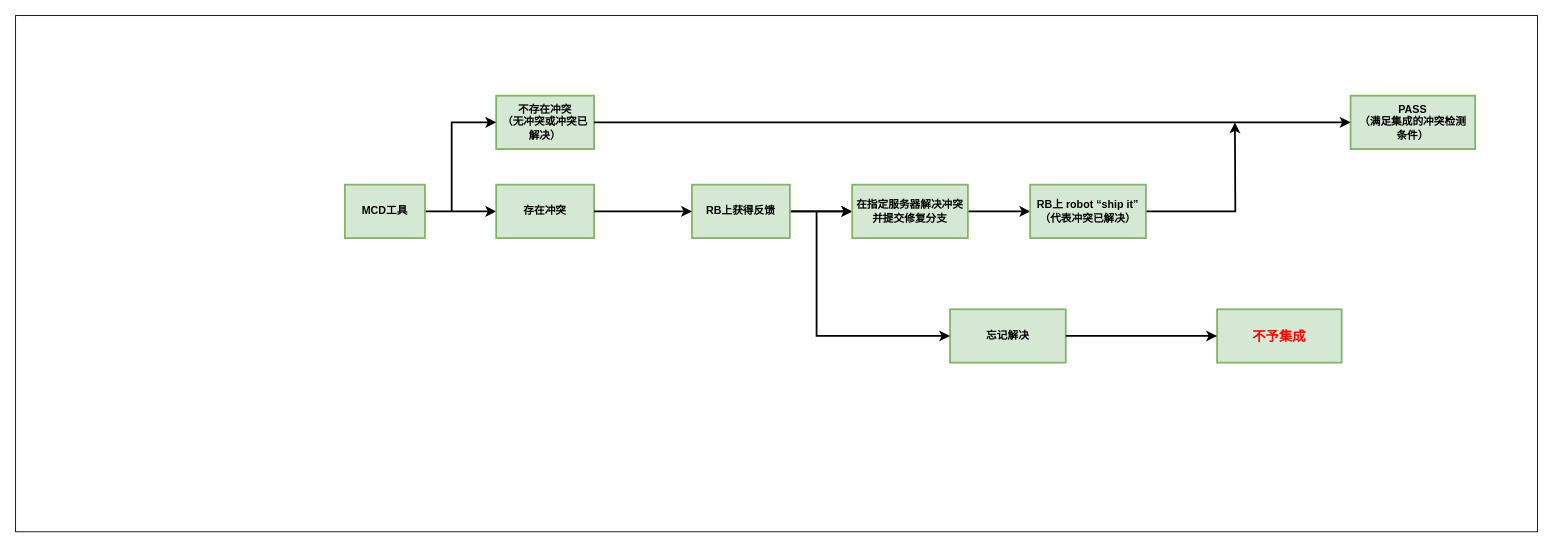
YingSi163/Effy keeps this draw.io diagram as ConflictStra.drawio. Above is the earlier version. Source tidied: cells renumbered, new cells numbered last; positions are measured from the earlier drawing's top-left corner, leaving out a move shared by most shapes. Both pictures are drawn from the tidied source at 89%, with x=0, y=0 at pixel (15, 15).
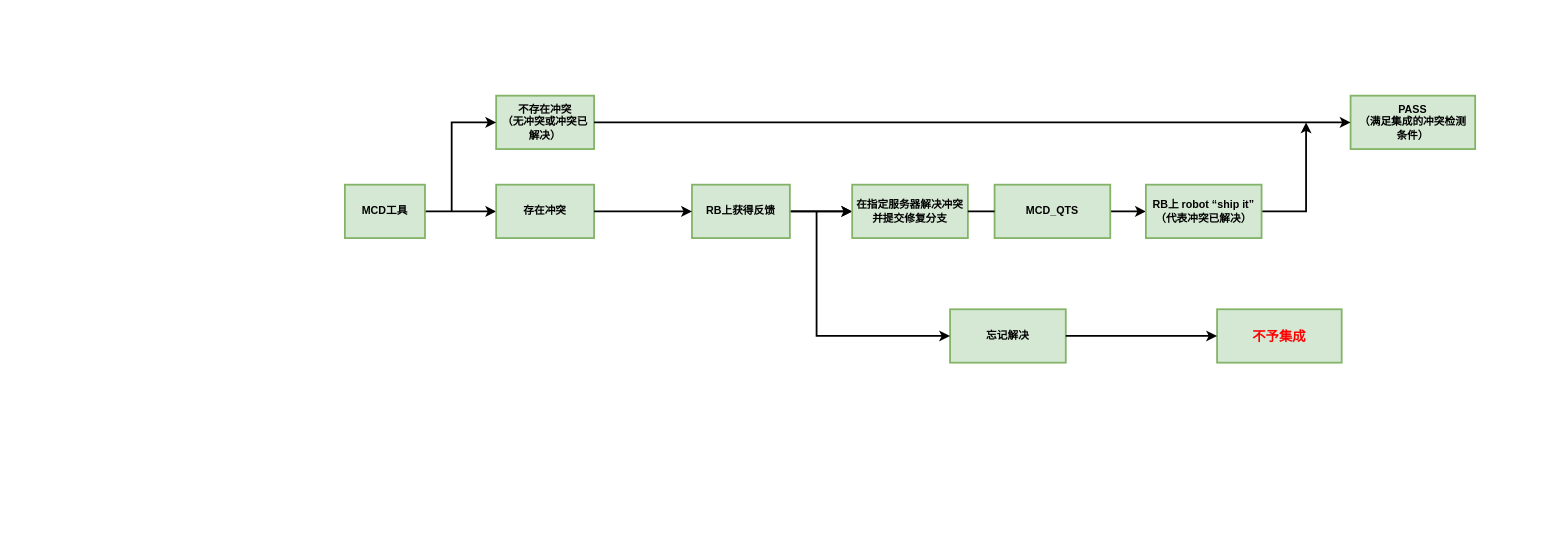
The same page after the edit.

The change refers to these unchanged cells:
```xml
<mxCell id="12" value="在指定服务器解决冲突并提交修复分支" style="rounded=0;whiteSpace=wrap;html=1;fillColor=#d5e8d4;strokeColor=#82B366;strokeWidth=2;sketch=0;glass=0;shadow=0;spacing=6;fontStyle=1;" parent="1" vertex="1">
  <mxGeometry x="940" y="190" width="130" height="60" as="geometry" />
</mxCell>
```

Change to the diagram source:
```diff
@@
-    <mxCell id="2" style="rounded=0;whiteSpace=wrap;html=1;" parent="1" vertex="1">
-      <mxGeometry width="1710" height="580" as="geometry" />
-    </mxCell>
@@
-    <mxCell id="11" style="edgeStyle=orthogonalEdgeStyle;rounded=0;jettySize=auto;html=1;strokeWidth=2;" parent="1" edge="1" source="12" target="14">
+    <mxCell id="11" style="edgeStyle=orthogonalEdgeStyle;rounded=0;jettySize=auto;html=1;strokeWidth=2;startArrow=none;" parent="1" edge="1" source="22" target="14">
       <mxGeometry relative="1" as="geometry" />
     </mxCell>
@@
     <mxCell id="13" style="edgeStyle=orthogonalEdgeStyle;rounded=0;jettySize=auto;html=1;strokeWidth=2;" parent="1" edge="1" source="14">
       <mxGeometry relative="1" as="geometry">
-        <mxPoint x="1370" y="120" as="targetPoint" />
+        <mxPoint x="1450" y="120" as="targetPoint" />
+        <Array as="points">
+          <mxPoint x="1450" y="220" />
+          <mxPoint x="1450" y="120" />
+        </Array>
       </mxGeometry>
     </mxCell>
     <mxCell id="14" value="RB上 robot “ship it”&lt;br&gt;（代表冲突已解决）" style="rounded=0;whiteSpace=wrap;html=1;fillColor=#d5e8d4;strokeColor=#82B366;strokeWidth=2;sketch=0;glass=0;shadow=0;spacing=6;fontStyle=1;" parent="1" vertex="1">
-      <mxGeometry x="1140" y="190" width="130" height="60" as="geometry" />
+      <mxGeometry x="1270" y="190" width="130" height="60" as="geometry" />
     </mxCell>
@@
+    <mxCell id="22" value="MCD_QTS" style="rounded=0;whiteSpace=wrap;html=1;fillColor=#d5e8d4;strokeColor=#82B366;strokeWidth=2;sketch=0;glass=0;shadow=0;spacing=6;fontStyle=1;" parent="1" vertex="1">
+      <mxGeometry x="1100" y="190" width="130" height="60" as="geometry" />
+    </mxCell>
+    <mxCell id="23" style="edgeStyle=orthogonalEdgeStyle;rounded=0;jettySize=auto;html=1;strokeWidth=2;endArrow=none;" parent="1" edge="1" source="12" target="22">
+      <mxGeometry relative="1" as="geometry" />
+    </mxCell>
```
